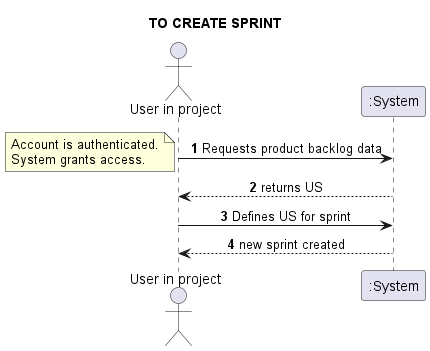
Before: docs/requirements_gathering/system_sequence_diagrams/014_to_create_sprint.png, a diagram exported from PlantUML (Loracline/project_switch_22-23).
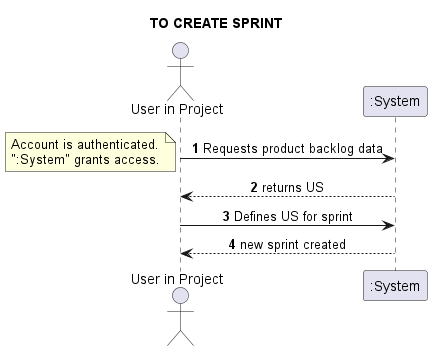
Above is the later version.

Change to the diagram source:
```diff
@@ -1,12 +1,12 @@
 @startuml
 skinparam sequenceMessageAlign center
 title TO CREATE SPRINT
-actor "User in project" as UIP
+actor "User in Project" as UIP
 autonumber
 UIP -> ":System": Requests product backlog data
 note left
 Account is authenticated.
-System grants access.
+":System" grants access.
 end note
 UIP <-- ":System": returns US
 UIP -> ":System": Defines US for sprint
```
